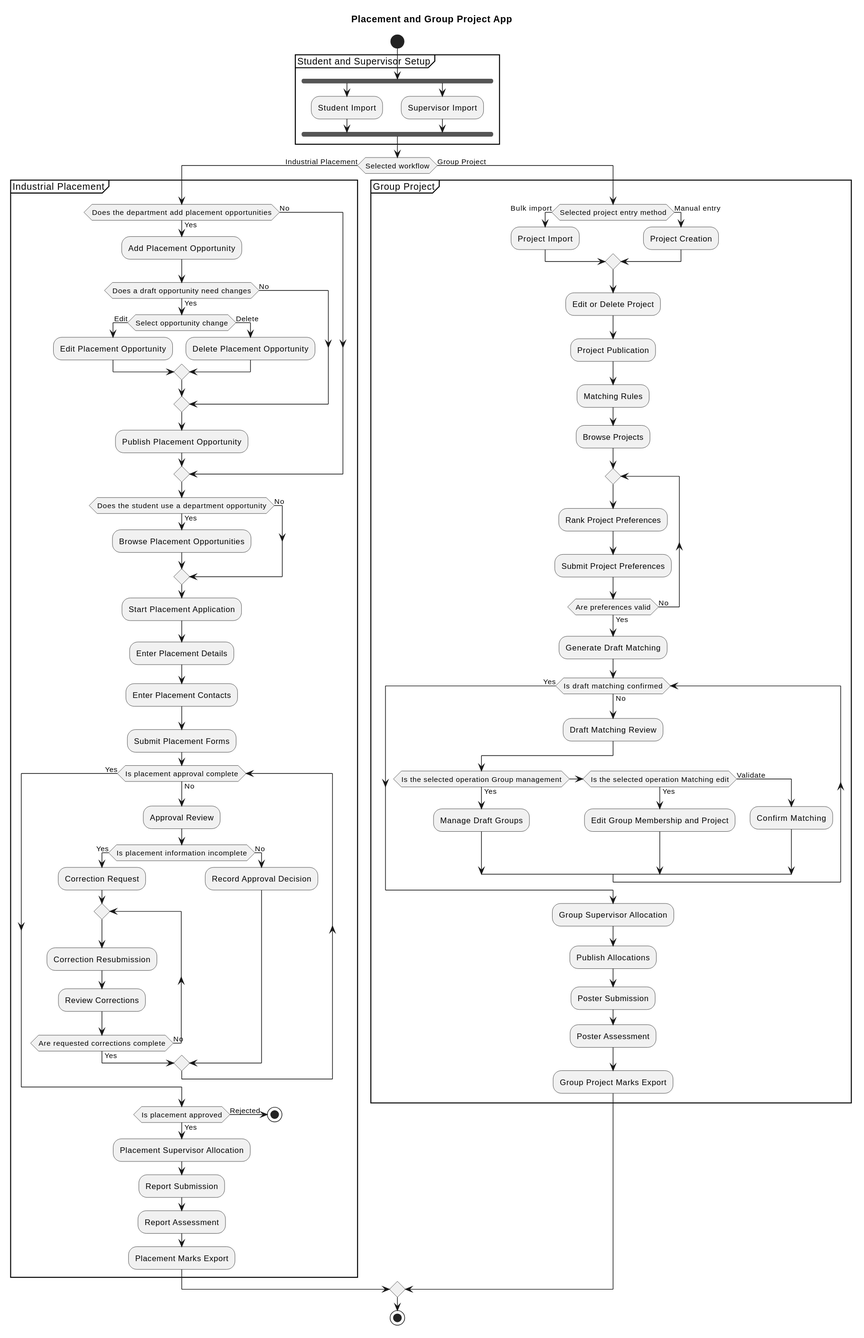
This is industrial-placement-group-project/diagrams/overview.svg from sdflkjssl/sdflkjssl.github.io, a PlantUML export, as it was before one commit.
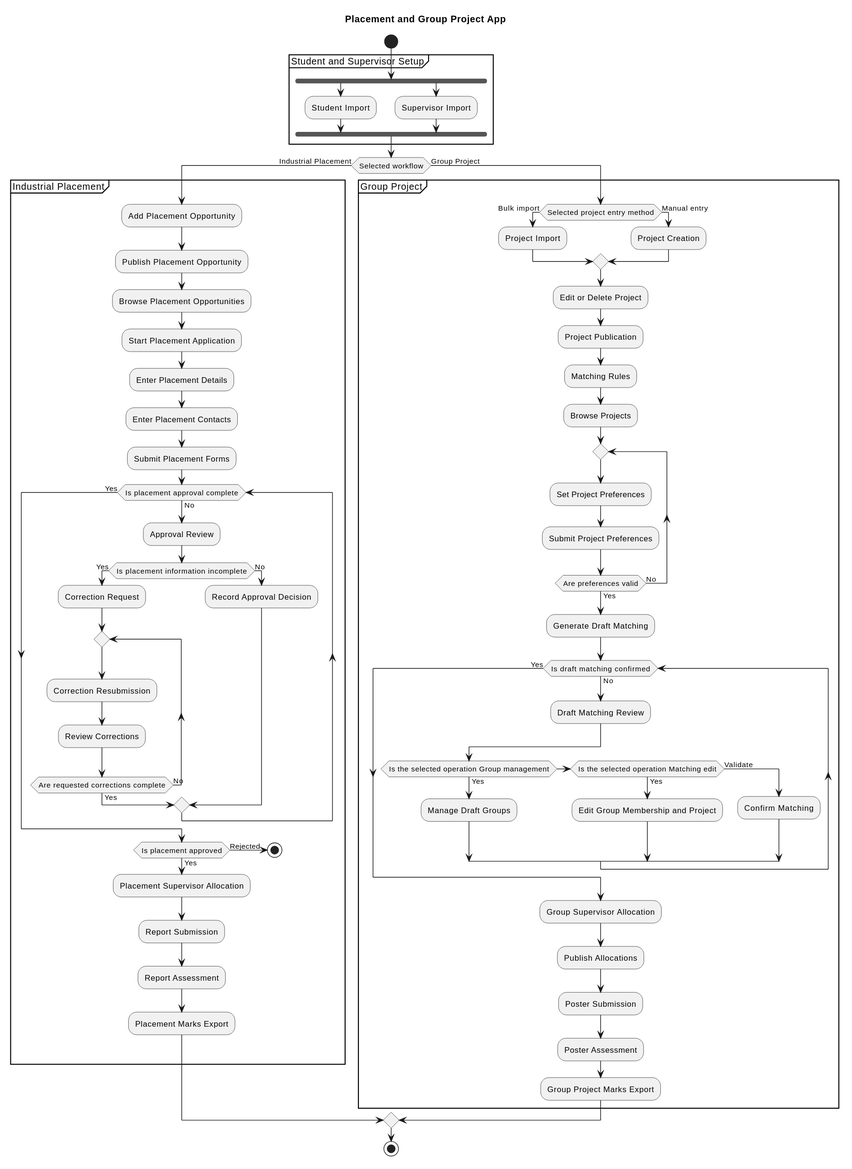
The same diagram one commit later.

Commit message:
Update industrial placement process map

Diff of the diagram source:
```diff
@@ -14,23 +14,9 @@
 }
 if (Selected workflow) then (Industrial Placement)
   partition "Industrial Placement" {
-    if (Does the department add placement opportunities) then (Yes)
-      :Add Placement Opportunity;
-      if (Does a draft opportunity need changes) then (Yes)
-        if (Select opportunity change) then (Edit)
-          :Edit Placement Opportunity;
-        else (Delete)
-          :Delete Placement Opportunity;
-        endif
-      else (No)
-      endif
-      :Publish Placement Opportunity;
-    else (No)
-    endif
-    if (Does the student use a department opportunity) then (Yes)
-      :Browse Placement Opportunities;
-    else (No)
-    endif
+    :Add Placement Opportunity;
+    :Publish Placement Opportunity;
+    :Browse Placement Opportunities;
     :Start Placement Application;
     :Enter Placement Details;
     :Enter Placement Contacts;
@@ -71,7 +57,7 @@
     :Browse Projects;
 
     repeat
-      :Rank Project Preferences;
+      :Set Project Preferences;
       :Submit Project Preferences;
     repeat while (Are preferences valid) is (No) not (Yes)
 
```
